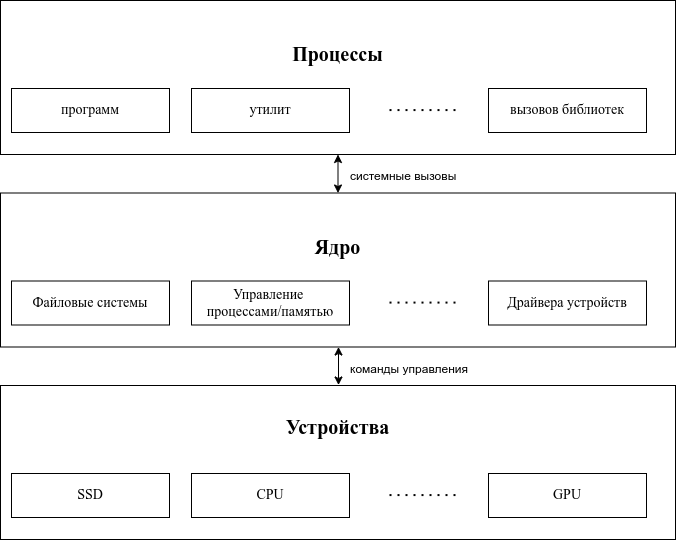
dreddsa5dies/phd keeps this draw.io diagram as Dissertation/images/drawio/os.drawio.png. Above is the earlier version. Source tidied: cells renumbered, new cells last; positions are measured from the earlier drawing's top-left corner, leaving out a move shared by most shapes. The source it was exported from:
```xml
<mxGraphModel>
  <root>
    <mxCell id="0" />
    <mxCell id="1" parent="0" />
    <mxCell id="2" value="&lt;div&gt;Ядро&lt;/div&gt;&lt;div&gt;&lt;br&gt;&lt;/div&gt;&lt;div&gt;&lt;br&gt;&lt;/div&gt;" style="rounded=0;whiteSpace=wrap;html=1;fontSize=20;fontStyle=1;fontFamily=Times New Roman;" parent="1" vertex="1">
      <mxGeometry y="192.5" width="675" height="154" as="geometry" />
    </mxCell>
    <mxCell id="3" value="Файловые системы" style="rounded=0;whiteSpace=wrap;html=1;fontSize=14;fontFamily=Times New Roman;" parent="1" vertex="1">
      <mxGeometry x="11" y="280.5" width="158" height="44" as="geometry" />
    </mxCell>
    <mxCell id="4" value="Управление&amp;nbsp;&lt;div&gt;процессами/памятью&lt;/div&gt;" style="rounded=0;whiteSpace=wrap;html=1;fontSize=14;fontFamily=Times New Roman;" parent="1" vertex="1">
      <mxGeometry x="191" y="280.5" width="158" height="44" as="geometry" />
    </mxCell>
    <mxCell id="5" value="Драйвера устройств" style="rounded=0;whiteSpace=wrap;html=1;fontSize=14;fontFamily=Times New Roman;" parent="1" vertex="1">
      <mxGeometry x="488" y="280.5" width="158" height="44" as="geometry" />
    </mxCell>
    <mxCell id="6" style="endArrow=none;dashed=1;html=1;dashPattern=1 3;strokeWidth=2;rounded=0;" parent="1" edge="1">
      <mxGeometry relative="1" as="geometry">
        <mxPoint x="389" y="302.1" as="sourcePoint" />
        <mxPoint x="455" y="302.1" as="targetPoint" />
      </mxGeometry>
    </mxCell>
    <mxCell id="7" value="Устройства&lt;br&gt;&lt;div&gt;&lt;br&gt;&lt;/div&gt;&lt;div&gt;&lt;br&gt;&lt;/div&gt;&lt;div&gt;&lt;br&gt;&lt;/div&gt;" style="rounded=0;whiteSpace=wrap;html=1;fontSize=20;fontStyle=1;fontFamily=Times New Roman;" parent="1" vertex="1">
      <mxGeometry y="385" width="675" height="154" as="geometry" />
    </mxCell>
    <mxCell id="8" value="SSD" style="rounded=0;whiteSpace=wrap;html=1;fontSize=14;fontFamily=Times New Roman;" parent="1" vertex="1">
      <mxGeometry x="11" y="473" width="158" height="44" as="geometry" />
    </mxCell>
    <mxCell id="9" value="CPU" style="rounded=0;whiteSpace=wrap;html=1;fontSize=14;fontFamily=Times New Roman;" parent="1" vertex="1">
      <mxGeometry x="191" y="473" width="158" height="44" as="geometry" />
    </mxCell>
    <mxCell id="10" value="GPU" style="rounded=0;whiteSpace=wrap;html=1;fontSize=14;fontFamily=Times New Roman;" parent="1" vertex="1">
      <mxGeometry x="488" y="473" width="158" height="44" as="geometry" />
    </mxCell>
    <mxCell id="11" style="endArrow=none;dashed=1;html=1;dashPattern=1 3;strokeWidth=2;rounded=0;" parent="1" edge="1">
      <mxGeometry relative="1" as="geometry">
        <mxPoint x="389" y="494.6" as="sourcePoint" />
        <mxPoint x="455" y="494.6" as="targetPoint" />
      </mxGeometry>
    </mxCell>
    <mxCell id="12" value="&lt;div&gt;Процессы&lt;/div&gt;&lt;div&gt;&lt;br&gt;&lt;/div&gt;&lt;div&gt;&lt;br&gt;&lt;/div&gt;" style="rounded=0;whiteSpace=wrap;html=1;fontSize=20;fontStyle=1;fontFamily=Times New Roman;" parent="1" vertex="1">
      <mxGeometry width="675" height="154" as="geometry" />
    </mxCell>
    <mxCell id="13" value="&lt;font style=&quot;&quot;&gt;программ&lt;/font&gt;" style="rounded=0;whiteSpace=wrap;html=1;fontSize=14;fontFamily=Times New Roman;" parent="1" vertex="1">
      <mxGeometry x="11" y="88" width="158" height="44" as="geometry" />
    </mxCell>
    <mxCell id="14" value="&lt;font style=&quot;&quot;&gt;утилит&lt;/font&gt;" style="rounded=0;whiteSpace=wrap;html=1;fontSize=14;fontFamily=Times New Roman;" parent="1" vertex="1">
      <mxGeometry x="191" y="88" width="158" height="44" as="geometry" />
    </mxCell>
    <mxCell id="15" value="&lt;font style=&quot;font-weight: normal;&quot;&gt;вызовов библиотек&lt;/font&gt;" style="rounded=0;whiteSpace=wrap;html=1;fontSize=14;fontFamily=Times New Roman;fontStyle=1;" parent="1" vertex="1">
      <mxGeometry x="488" y="88" width="158" height="44" as="geometry" />
    </mxCell>
    <mxCell id="16" style="endArrow=none;dashed=1;html=1;dashPattern=1 3;strokeWidth=2;rounded=0;" parent="1" edge="1">
      <mxGeometry relative="1" as="geometry">
        <mxPoint x="389" y="109.6" as="sourcePoint" />
        <mxPoint x="455" y="109.6" as="targetPoint" />
      </mxGeometry>
    </mxCell>
    <mxCell id="17" style="endArrow=classic;startArrow=classic;html=1;rounded=0;entryX=0.5;entryY=0;entryDx=0;entryDy=0;exitX=0.5;exitY=1;exitDx=0;exitDy=0;" parent="1" edge="1" source="12" target="2">
      <mxGeometry relative="1" as="geometry" />
    </mxCell>
    <mxCell id="18" value="системные вызовы" style="text;whiteSpace=wrap;html=1;" parent="1" vertex="1">
      <mxGeometry x="348" y="162" width="220" height="33" as="geometry" />
    </mxCell>
    <mxCell id="19" style="endArrow=classic;startArrow=classic;html=1;rounded=0;entryX=0.5;entryY=0;entryDx=0;entryDy=0;exitX=0.5;exitY=1;exitDx=0;exitDy=0;" parent="1" edge="1">
      <mxGeometry relative="1" as="geometry">
        <mxPoint x="338" y="346.5" as="sourcePoint" />
        <mxPoint x="338" y="384.5" as="targetPoint" />
      </mxGeometry>
    </mxCell>
    <mxCell id="20" value="команды управления" style="text;whiteSpace=wrap;html=1;" parent="1" vertex="1">
      <mxGeometry x="348" y="354.5" width="220" height="33" as="geometry" />
    </mxCell>
  </root>
</mxGraphModel>
```
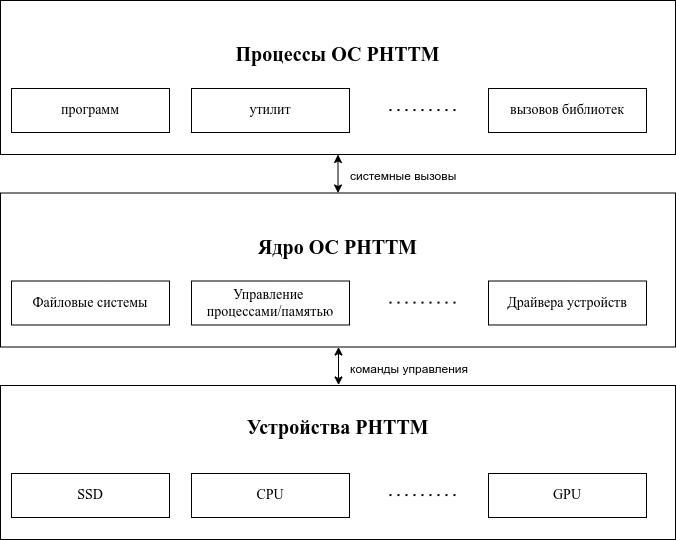
The same file after the commit.

The edit, as a diff of the source:
```diff
@@ -2,7 +2,7 @@
   <root>
     <mxCell id="0" />
     <mxCell id="1" parent="0" />
-    <mxCell id="2" value="&lt;div&gt;Ядро&lt;/div&gt;&lt;div&gt;&lt;br&gt;&lt;/div&gt;&lt;div&gt;&lt;br&gt;&lt;/div&gt;" style="rounded=0;whiteSpace=wrap;html=1;fontSize=20;fontStyle=1;fontFamily=Times New Roman;" parent="1" vertex="1">
+    <mxCell id="2" value="&lt;div&gt;Ядро&lt;span style=&quot;background-color: transparent; color: light-dark(rgb(0, 0, 0), rgb(255, 255, 255));&quot;&gt;&amp;nbsp;ОС РНТТМ&lt;/span&gt;&lt;/div&gt;&lt;div&gt;&lt;br&gt;&lt;/div&gt;&lt;div&gt;&lt;br&gt;&lt;/div&gt;" style="rounded=0;whiteSpace=wrap;html=1;fontSize=20;fontStyle=1;fontFamily=Times New Roman;" parent="1" vertex="1">
       <mxGeometry y="192.5" width="675" height="154" as="geometry" />
     </mxCell>
     <mxCell id="3" value="Файловые системы" style="rounded=0;whiteSpace=wrap;html=1;fontSize=14;fontFamily=Times New Roman;" parent="1" vertex="1">
@@ -20,7 +20,7 @@
         <mxPoint x="455" y="302.1" as="targetPoint" />
       </mxGeometry>
     </mxCell>
-    <mxCell id="7" value="Устройства&lt;br&gt;&lt;div&gt;&lt;br&gt;&lt;/div&gt;&lt;div&gt;&lt;br&gt;&lt;/div&gt;&lt;div&gt;&lt;br&gt;&lt;/div&gt;" style="rounded=0;whiteSpace=wrap;html=1;fontSize=20;fontStyle=1;fontFamily=Times New Roman;" parent="1" vertex="1">
+    <mxCell id="7" value="Устройства РНТТМ&lt;br&gt;&lt;div&gt;&lt;br&gt;&lt;/div&gt;&lt;div&gt;&lt;br&gt;&lt;/div&gt;&lt;div&gt;&lt;br&gt;&lt;/div&gt;" style="rounded=0;whiteSpace=wrap;html=1;fontSize=20;fontStyle=1;fontFamily=Times New Roman;" parent="1" vertex="1">
       <mxGeometry y="385" width="675" height="154" as="geometry" />
     </mxCell>
     <mxCell id="8" value="SSD" style="rounded=0;whiteSpace=wrap;html=1;fontSize=14;fontFamily=Times New Roman;" parent="1" vertex="1">
@@ -38,7 +38,7 @@
         <mxPoint x="455" y="494.6" as="targetPoint" />
       </mxGeometry>
     </mxCell>
-    <mxCell id="12" value="&lt;div&gt;Процессы&lt;/div&gt;&lt;div&gt;&lt;br&gt;&lt;/div&gt;&lt;div&gt;&lt;br&gt;&lt;/div&gt;" style="rounded=0;whiteSpace=wrap;html=1;fontSize=20;fontStyle=1;fontFamily=Times New Roman;" parent="1" vertex="1">
+    <mxCell id="12" value="&lt;div&gt;Процессы ОС РНТТМ&lt;/div&gt;&lt;div&gt;&lt;br&gt;&lt;/div&gt;&lt;div&gt;&lt;br&gt;&lt;/div&gt;" style="rounded=0;whiteSpace=wrap;html=1;fontSize=20;fontStyle=1;fontFamily=Times New Roman;" parent="1" vertex="1">
       <mxGeometry width="675" height="154" as="geometry" />
     </mxCell>
     <mxCell id="13" value="&lt;font style=&quot;&quot;&gt;программ&lt;/font&gt;" style="rounded=0;whiteSpace=wrap;html=1;fontSize=14;fontFamily=Times New Roman;" parent="1" vertex="1">
```
